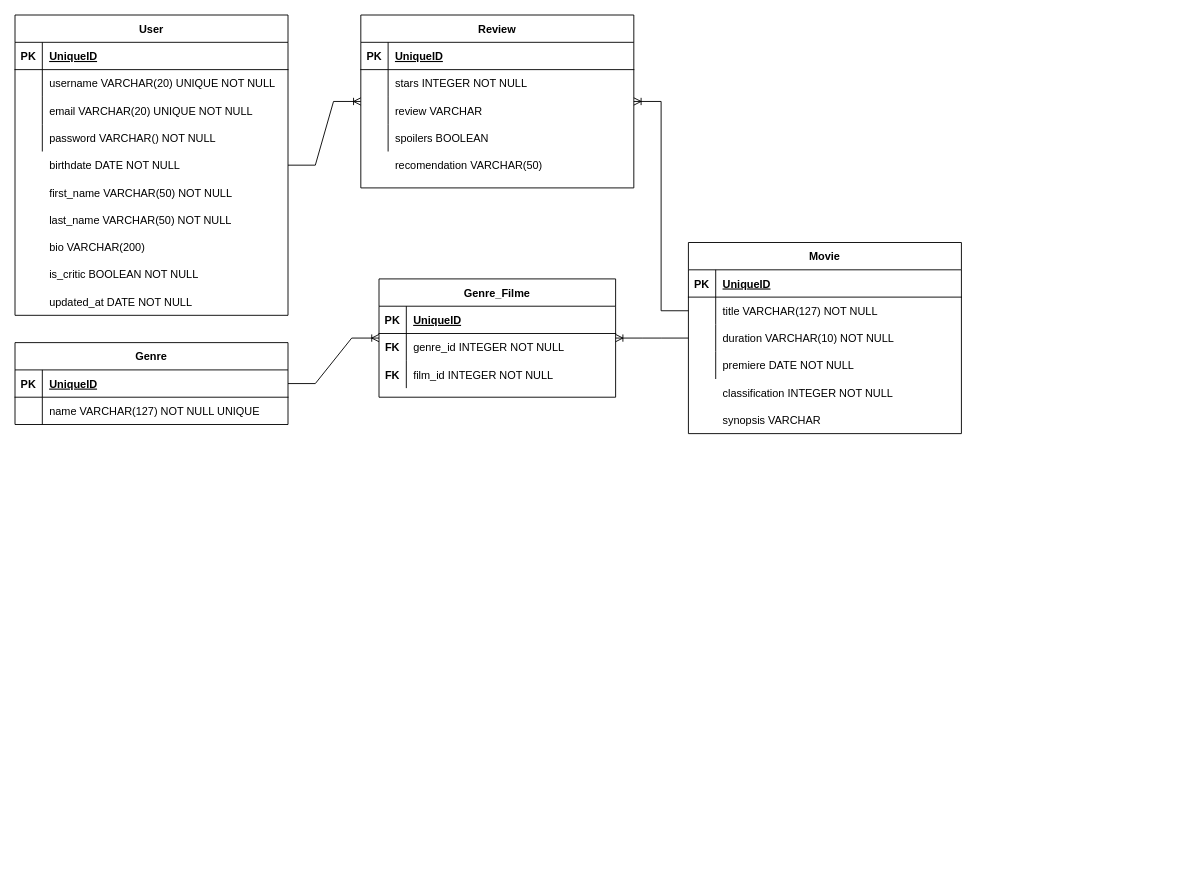
Before: Diagrama sem nome.drawio in pedroflausino/DER-S4-M5, a draw.io diagram. Source tidied: cells renumbered, new cells numbered last; positions are measured from the earlier drawing's top-left corner, leaving out a move shared by most shapes. Both pictures are drawn from the tidied source at 91%, with x=0, y=0 at pixel (15, 15).
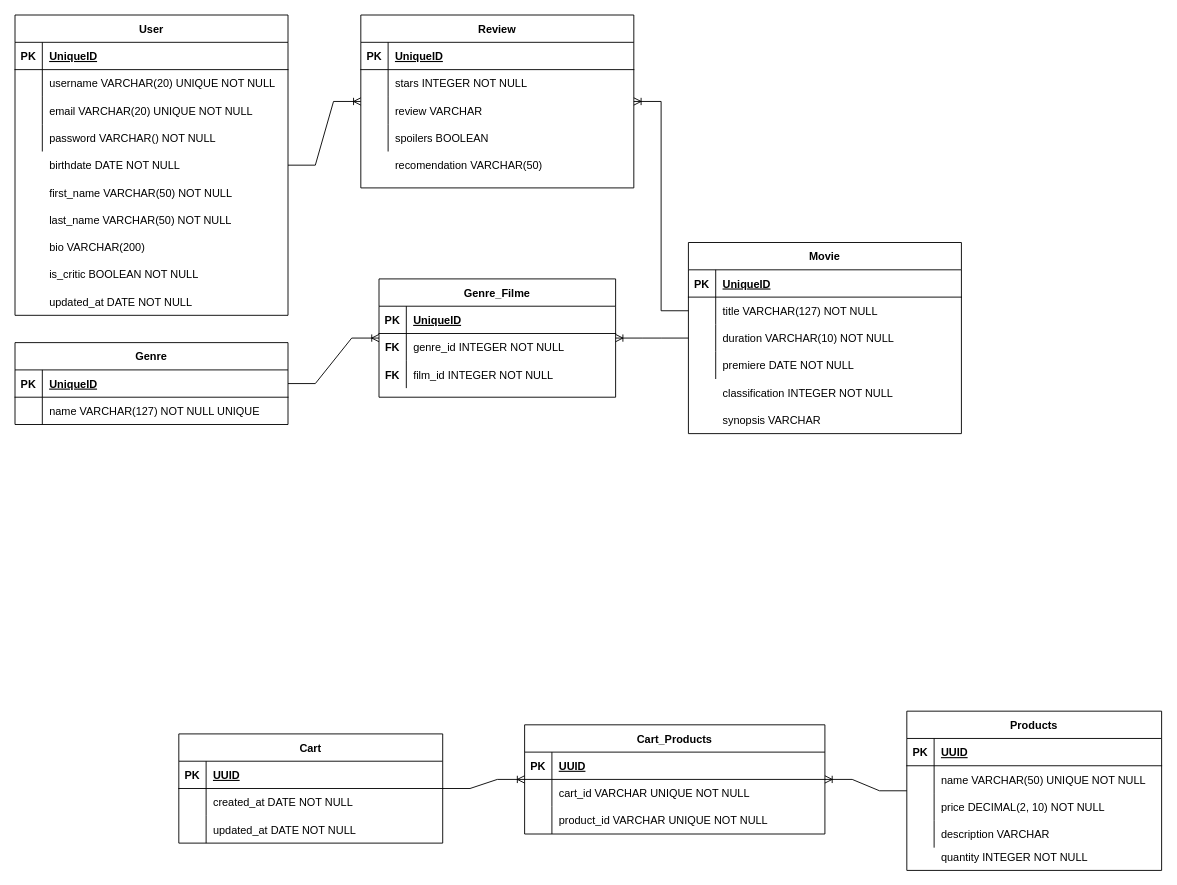
After the change.

Commit message:
another_diagram

What changed in the source:
```diff
@@
+    <mxCell id="73" value="Cart" style="shape=table;startSize=30;childLayout=tableLayout;rowLines=0;fontStyle=1;align=center;" parent="1" vertex="1">
+      <mxGeometry x="180" y="790" width="290" height="120" as="geometry" />
+    </mxCell>
+    <mxCell id="74" style="shape=tableRow;horizontal=0;startSize=0;swimlaneHead=0;swimlaneBody=0;fillColor=none;top=0;left=0;right=0;bottom=1;" parent="73" vertex="1">
+      <mxGeometry y="30" width="290" height="30" as="geometry" />
+    </mxCell>
+    <mxCell id="75" value="PK" style="shape=partialRectangle;fillColor=none;top=0;left=0;bottom=0;right=0;fontStyle=1;overflow=hidden;" parent="74" vertex="1">
+      <mxGeometry width="30" height="30" as="geometry" />
+    </mxCell>
+    <mxCell id="76" value="UUID" style="shape=partialRectangle;fillColor=none;top=0;left=0;bottom=0;right=0;align=left;spacingLeft=6;fontStyle=5;overflow=hidden;" parent="74" vertex="1">
+      <mxGeometry x="30" width="260" height="30" as="geometry" />
+    </mxCell>
+    <mxCell id="77" style="shape=tableRow;horizontal=0;startSize=0;swimlaneHead=0;swimlaneBody=0;fillColor=none;top=0;left=0;right=0;bottom=0;" parent="73" vertex="1">
+      <mxGeometry y="60" width="290" height="30" as="geometry" />
+    </mxCell>
+    <mxCell id="78" style="shape=partialRectangle;fillColor=none;top=0;left=0;bottom=0;right=0;overflow=hidden;" parent="77" vertex="1">
+      <mxGeometry width="30" height="30" as="geometry" />
+    </mxCell>
+    <mxCell id="79" value="created_at DATE NOT NULL" style="shape=partialRectangle;fillColor=none;top=0;left=0;bottom=0;right=0;align=left;spacingLeft=6;overflow=hidden;" parent="77" vertex="1">
+      <mxGeometry x="30" width="260" height="30" as="geometry" />
+    </mxCell>
+    <mxCell id="80" style="shape=tableRow;horizontal=0;startSize=0;swimlaneHead=0;swimlaneBody=0;fillColor=none;top=0;left=0;right=0;bottom=0;" parent="73" vertex="1">
+      <mxGeometry y="90" width="290" height="30" as="geometry" />
+    </mxCell>
+    <mxCell id="81" style="shape=partialRectangle;fillColor=none;top=0;left=0;bottom=0;right=0;overflow=hidden;" parent="80" vertex="1">
+      <mxGeometry width="30" height="30" as="geometry" />
+    </mxCell>
+    <mxCell id="82" value="updated_at DATE NOT NULL" style="shape=partialRectangle;fillColor=none;top=0;left=0;bottom=0;right=0;align=left;spacingLeft=6;overflow=hidden;" parent="80" vertex="1">
+      <mxGeometry x="30" width="260" height="30" as="geometry" />
+    </mxCell>
+    <mxCell id="83" value="Cart_Products" style="shape=table;startSize=30;childLayout=tableLayout;rowLines=0;fontStyle=1;align=center;" parent="1" vertex="1">
+      <mxGeometry x="560" y="780" width="330" height="120" as="geometry" />
+    </mxCell>
+    <mxCell id="84" style="shape=tableRow;horizontal=0;startSize=0;swimlaneHead=0;swimlaneBody=0;fillColor=none;top=0;left=0;right=0;bottom=1;" parent="83" vertex="1">
+      <mxGeometry y="30" width="330" height="30" as="geometry" />
+    </mxCell>
+    <mxCell id="85" value="PK" style="shape=partialRectangle;fillColor=none;top=0;left=0;bottom=0;right=0;fontStyle=1;overflow=hidden;" parent="84" vertex="1">
+      <mxGeometry width="30" height="30" as="geometry" />
+    </mxCell>
+    <mxCell id="86" value="UUID" style="shape=partialRectangle;fillColor=none;top=0;left=0;bottom=0;right=0;align=left;spacingLeft=6;fontStyle=5;overflow=hidden;" parent="84" vertex="1">
+      <mxGeometry x="30" width="300" height="30" as="geometry" />
+    </mxCell>
+    <mxCell id="87" style="shape=tableRow;horizontal=0;startSize=0;swimlaneHead=0;swimlaneBody=0;fillColor=none;top=0;left=0;right=0;bottom=0;" parent="83" vertex="1">
+      <mxGeometry y="60" width="330" height="30" as="geometry" />
+    </mxCell>
+    <mxCell id="88" style="shape=partialRectangle;fillColor=none;top=0;left=0;bottom=0;right=0;overflow=hidden;" parent="87" vertex="1">
+      <mxGeometry width="30" height="30" as="geometry" />
+    </mxCell>
+    <mxCell id="89" value="cart_id VARCHAR UNIQUE NOT NULL" style="shape=partialRectangle;fillColor=none;top=0;left=0;bottom=0;right=0;align=left;spacingLeft=6;overflow=hidden;" parent="87" vertex="1">
+      <mxGeometry x="30" width="300" height="30" as="geometry" />
+    </mxCell>
+    <mxCell id="90" style="shape=tableRow;horizontal=0;startSize=0;swimlaneHead=0;swimlaneBody=0;fillColor=none;top=0;left=0;right=0;bottom=0;" parent="83" vertex="1">
+      <mxGeometry y="90" width="330" height="30" as="geometry" />
+    </mxCell>
+    <mxCell id="91" style="shape=partialRectangle;fillColor=none;top=0;left=0;bottom=0;right=0;overflow=hidden;" parent="90" vertex="1">
+      <mxGeometry width="30" height="30" as="geometry" />
+    </mxCell>
+    <mxCell id="92" value="product_id VARCHAR UNIQUE NOT NULL" style="shape=partialRectangle;fillColor=none;top=0;left=0;bottom=0;right=0;align=left;spacingLeft=6;overflow=hidden;" parent="90" vertex="1">
+      <mxGeometry x="30" width="300" height="30" as="geometry" />
+    </mxCell>
+    <mxCell id="93" value="Products" style="shape=table;startSize=30;childLayout=tableLayout;rowLines=0;fontStyle=1;align=center;" parent="1" vertex="1">
+      <mxGeometry x="980" y="765" width="280" height="175" as="geometry" />
+    </mxCell>
+    <mxCell id="94" style="shape=tableRow;horizontal=0;startSize=0;swimlaneHead=0;swimlaneBody=0;fillColor=none;top=0;left=0;right=0;bottom=1;" parent="93" vertex="1">
+      <mxGeometry y="30" width="280" height="30" as="geometry" />
+    </mxCell>
+    <mxCell id="95" value="PK" style="shape=partialRectangle;fillColor=none;top=0;left=0;bottom=0;right=0;fontStyle=1;overflow=hidden;" parent="94" vertex="1">
+      <mxGeometry width="30" height="30" as="geometry" />
+    </mxCell>
+    <mxCell id="96" value="UUID" style="shape=partialRectangle;fillColor=none;top=0;left=0;bottom=0;right=0;align=left;spacingLeft=6;fontStyle=5;overflow=hidden;" parent="94" vertex="1">
+      <mxGeometry x="30" width="250" height="30" as="geometry" />
+    </mxCell>
+    <mxCell id="97" style="shape=tableRow;horizontal=0;startSize=0;swimlaneHead=0;swimlaneBody=0;fillColor=none;top=0;left=0;right=0;bottom=0;" parent="93" vertex="1">
+      <mxGeometry y="60" width="280" height="30" as="geometry" />
+    </mxCell>
+    <mxCell id="98" style="shape=partialRectangle;fillColor=none;top=0;left=0;bottom=0;right=0;overflow=hidden;" parent="97" vertex="1">
+      <mxGeometry width="30" height="30" as="geometry" />
+    </mxCell>
+    <mxCell id="99" value="name VARCHAR(50) UNIQUE NOT NULL" style="shape=partialRectangle;fillColor=none;top=0;left=0;bottom=0;right=0;align=left;spacingLeft=6;overflow=hidden;" parent="97" vertex="1">
+      <mxGeometry x="30" width="250" height="30" as="geometry" />
+    </mxCell>
+    <mxCell id="100" style="shape=tableRow;horizontal=0;startSize=0;swimlaneHead=0;swimlaneBody=0;fillColor=none;top=0;left=0;right=0;bottom=0;" parent="93" vertex="1">
+      <mxGeometry y="90" width="280" height="30" as="geometry" />
+    </mxCell>
+    <mxCell id="101" style="shape=partialRectangle;fillColor=none;top=0;left=0;bottom=0;right=0;overflow=hidden;" parent="100" vertex="1">
+      <mxGeometry width="30" height="30" as="geometry" />
+    </mxCell>
+    <mxCell id="102" value="price DECIMAL(2, 10) NOT NULL" style="shape=partialRectangle;fillColor=none;top=0;left=0;bottom=0;right=0;align=left;spacingLeft=6;overflow=hidden;" parent="100" vertex="1">
+      <mxGeometry x="30" width="250" height="30" as="geometry" />
+    </mxCell>
+    <mxCell id="103" style="shape=tableRow;horizontal=0;startSize=0;swimlaneHead=0;swimlaneBody=0;fillColor=none;top=0;left=0;right=0;bottom=0;" parent="93" vertex="1">
+      <mxGeometry y="120" width="280" height="30" as="geometry" />
+    </mxCell>
+    <mxCell id="104" style="shape=partialRectangle;fillColor=none;top=0;left=0;bottom=0;right=0;overflow=hidden;" parent="103" vertex="1">
+      <mxGeometry width="30" height="30" as="geometry" />
+    </mxCell>
+    <mxCell id="105" value="description VARCHAR" style="shape=partialRectangle;fillColor=none;top=0;left=0;bottom=0;right=0;align=left;spacingLeft=6;overflow=hidden;" parent="103" vertex="1">
+      <mxGeometry x="30" width="250" height="30" as="geometry" />
+    </mxCell>
+    <mxCell id="106" value="quantity INTEGER NOT NULL" style="shape=partialRectangle;fillColor=none;top=0;left=0;bottom=0;right=0;align=left;spacingLeft=6;overflow=hidden;" parent="1" vertex="1">
+      <mxGeometry x="1010" y="910" width="250" height="30" as="geometry" />
+    </mxCell>
+    <mxCell id="107" style="edgeStyle=entityRelationEdgeStyle;fontSize=12;html=1;endArrow=ERoneToMany;rounded=0;" parent="1" edge="1" source="73" target="83">
+      <mxGeometry relative="1" as="geometry" />
+    </mxCell>
+    <mxCell id="108" style="edgeStyle=entityRelationEdgeStyle;fontSize=12;html=1;endArrow=ERoneToMany;rounded=0;" parent="1" edge="1" source="93" target="83">
+      <mxGeometry relative="1" as="geometry" />
+    </mxCell>
```
